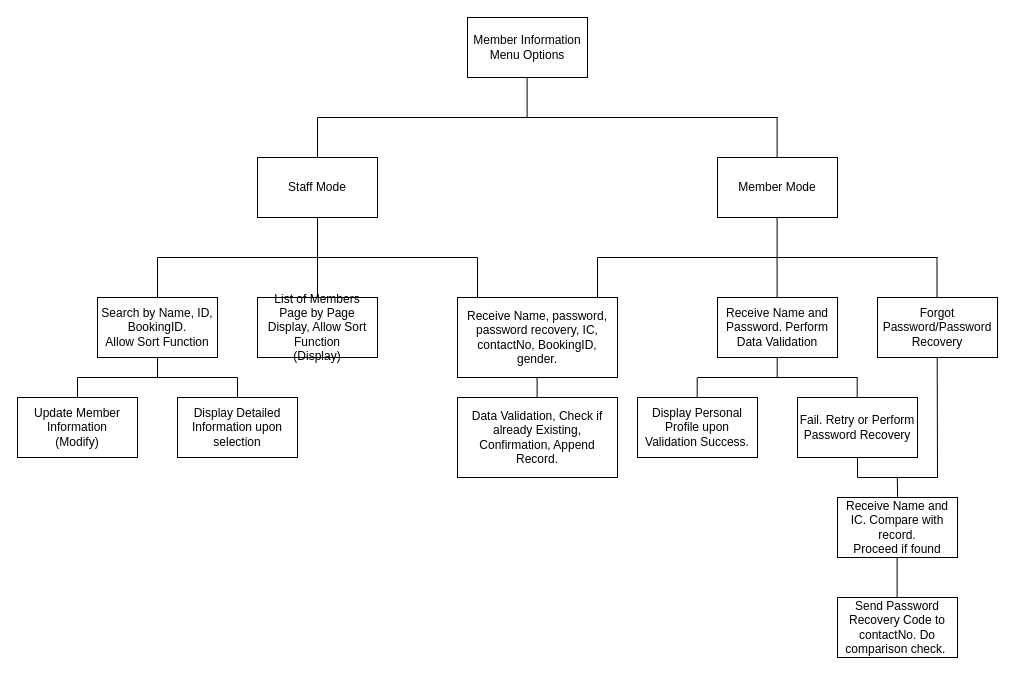
Above: Structure Chart/structMember.drawio in halleyIsStressed/pcd2Assignment (draw.io), before the change. Source tidied: cells renumbered, new cells numbered last; positions are measured from the earlier drawing's top-left corner, leaving out a move shared by most shapes. Both pictures are drawn from the tidied source at 100%, with x=0, y=0 at pixel (17, 17).
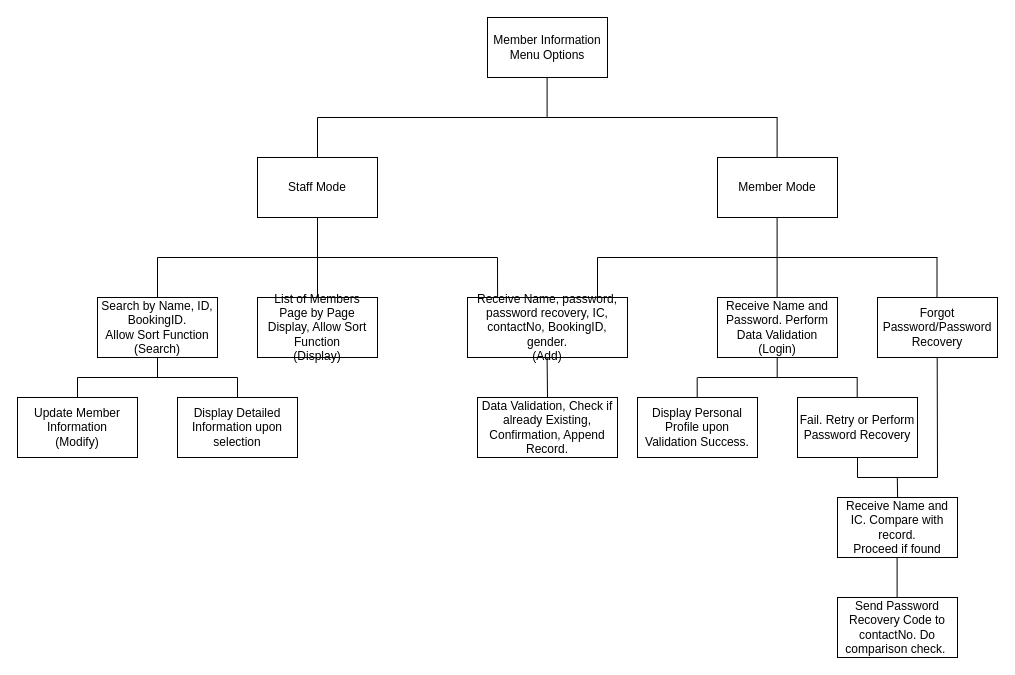
The same page after the edit.

What changed in the source:
```diff
@@
     <mxCell id="2" value="Member Information&lt;div&gt;Menu Options&lt;/div&gt;" style="rounded=0;whiteSpace=wrap;html=1;" parent="1" vertex="1">
-      <mxGeometry x="450" width="120" height="60" as="geometry" />
+      <mxGeometry x="470" width="120" height="60" as="geometry" />
     </mxCell>
@@
-    <mxCell id="6" value="&lt;div&gt;Receive Name, password, password recovery, IC, contactNo&lt;span style=&quot;background-color: initial;&quot;&gt;, BookingID, gender.&lt;/span&gt;&lt;/div&gt;" style="rounded=0;whiteSpace=wrap;html=1;" parent="1" vertex="1">
-      <mxGeometry x="440" y="280" width="160" height="80" as="geometry" />
+    <mxCell id="6" value="&lt;div&gt;Receive Name, password, password recovery, IC, contactNo&lt;span style=&quot;background-color: initial;&quot;&gt;, BookingID, gender.&lt;/span&gt;&lt;/div&gt;&lt;div&gt;(Add)&lt;/div&gt;" style="rounded=0;whiteSpace=wrap;html=1;" parent="1" vertex="1">
+      <mxGeometry x="450" y="280" width="160" height="60" as="geometry" />
     </mxCell>
-    <mxCell id="7" value="Search by Name, ID, BookingID.&lt;div&gt;Allow Sort Function&lt;/div&gt;" style="rounded=0;whiteSpace=wrap;html=1;" parent="1" vertex="1">
+    <mxCell id="7" value="Search by Name, ID, BookingID.&lt;div&gt;Allow Sort Function&lt;/div&gt;&lt;div&gt;(Search)&lt;/div&gt;" style="rounded=0;whiteSpace=wrap;html=1;" parent="1" vertex="1">
       <mxGeometry x="80" y="280" width="120" height="60" as="geometry" />
     </mxCell>
     <mxCell id="8" style="endArrow=none;html=1;rounded=0;" parent="1" edge="1">
       <mxGeometry relative="1" as="geometry">
         <mxPoint x="140" y="240" as="sourcePoint" />
-        <mxPoint x="460" y="240" as="targetPoint" />
+        <mxPoint x="480" y="240" as="targetPoint" />
       </mxGeometry>
     </mxCell>
@@
     <mxCell id="10" value="Data Validation, Check if already Existing, Confirmation, Append Record." style="rounded=0;whiteSpace=wrap;html=1;" parent="1" vertex="1">
-      <mxGeometry x="440" y="380" width="160" height="80" as="geometry" />
+      <mxGeometry x="460" y="380" width="140" height="60" as="geometry" />
     </mxCell>
@@
     <mxCell id="15" style="endArrow=none;html=1;rounded=0;" parent="1" edge="1">
       <mxGeometry relative="1" as="geometry">
-        <mxPoint x="509.6" y="60" as="sourcePoint" />
-        <mxPoint x="509.6" y="100" as="targetPoint" />
+        <mxPoint x="529.6" y="60" as="sourcePoint" />
+        <mxPoint x="529.6" y="100" as="targetPoint" />
       </mxGeometry>
     </mxCell>
@@
-    <mxCell id="20" style="endArrow=none;html=1;rounded=0;entryX=0.875;entryY=0;entryDx=0;entryDy=0;entryPerimeter=0;" parent="1" edge="1" target="6">
+    <mxCell id="20" style="endArrow=none;html=1;rounded=0;" parent="1" edge="1">
       <mxGeometry relative="1" as="geometry">
         <mxPoint x="580" y="240" as="sourcePoint" />
+        <mxPoint x="580" y="280" as="targetPoint" />
       </mxGeometry>
     </mxCell>
@@
-    <mxCell id="23" value="&lt;div&gt;Receive Name and Password. Perform Data Validation&lt;/div&gt;" style="rounded=0;whiteSpace=wrap;html=1;" parent="1" vertex="1">
+    <mxCell id="23" value="&lt;div&gt;Receive Name and Password. Perform Data Validation&lt;/div&gt;&lt;div&gt;(Login)&lt;/div&gt;" style="rounded=0;whiteSpace=wrap;html=1;" parent="1" vertex="1">
       <mxGeometry x="700" y="280" width="120" height="60" as="geometry" />
     </mxCell>
@@
-    <mxCell id="38" style="endArrow=none;html=1;rounded=0;exitX=0.125;exitY=0;exitDx=0;exitDy=0;exitPerimeter=0;" parent="1" edge="1" source="6">
+    <mxCell id="38" style="endArrow=none;html=1;rounded=0;exitX=0.188;exitY=0;exitDx=0;exitDy=0;exitPerimeter=0;" parent="1" edge="1" source="6">
       <mxGeometry relative="1" as="geometry">
-        <mxPoint x="460" y="240" as="targetPoint" />
+        <mxPoint x="480" y="240" as="targetPoint" />
       </mxGeometry>
     </mxCell>
@@
-    <mxCell id="41" style="endArrow=none;html=1;rounded=0;" parent="1" edge="1">
+    <mxCell id="41" style="endArrow=none;html=1;rounded=0;exitX=0.5;exitY=0;exitDx=0;exitDy=0;" parent="1" edge="1" source="10">
       <mxGeometry relative="1" as="geometry">
-        <mxPoint x="519.6" y="380" as="sourcePoint" />
-        <mxPoint x="519.6" y="360" as="targetPoint" />
+        <mxPoint x="529.6" y="340" as="targetPoint" />
       </mxGeometry>
     </mxCell>
```
